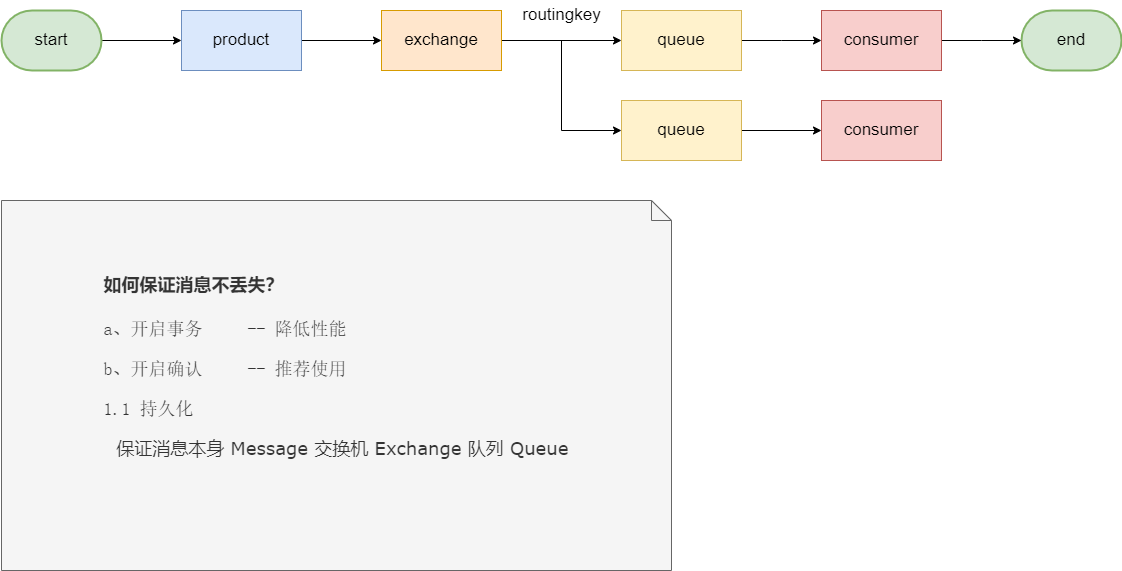
The draw.io diagram RabbitMQ.drawio.png in code-messenger/img, before a commit. Source tidied: cells renumbered, new cells last; positions are measured from the earlier drawing's top-left corner, leaving out a move shared by most shapes. Its diagram source:
```xml
<mxGraphModel background="#ffffff">
  <root>
    <mxCell id="0" />
    <mxCell id="1" parent="0" />
    <mxCell id="2" style="edgeStyle=orthogonalEdgeStyle;rounded=0;jettySize=auto;html=1;entryX=0;entryY=0.5;entryDx=0;entryDy=0;fontSize=17;exitX=1;exitY=0.5;exitDx=0;exitDy=0;exitPerimeter=0;" parent="1" edge="1" source="10" target="7">
      <mxGeometry relative="1" as="geometry" />
    </mxCell>
    <mxCell id="3" style="edgeStyle=orthogonalEdgeStyle;rounded=0;jettySize=auto;html=1;fontSize=17;" parent="1" edge="1" source="5" target="9">
      <mxGeometry relative="1" as="geometry" />
    </mxCell>
    <mxCell id="4" style="edgeStyle=orthogonalEdgeStyle;rounded=0;jettySize=auto;html=1;entryX=0;entryY=0.5;entryDx=0;entryDy=0;fontSize=17;" parent="1" edge="1" source="5" target="13">
      <mxGeometry relative="1" as="geometry" />
    </mxCell>
    <mxCell id="5" value="exchange" style="rounded=0;whiteSpace=wrap;html=1;fontSize=17;fillColor=#ffe6cc;strokeColor=#d79b00;" parent="1" vertex="1">
      <mxGeometry x="380" y="10" width="120" height="60" as="geometry" />
    </mxCell>
    <mxCell id="6" style="edgeStyle=orthogonalEdgeStyle;rounded=0;jettySize=auto;html=1;fontSize=17;" parent="1" edge="1" source="7" target="5">
      <mxGeometry relative="1" as="geometry" />
    </mxCell>
    <mxCell id="7" value="product" style="rounded=0;whiteSpace=wrap;html=1;fontSize=17;fillColor=#dae8fc;strokeColor=#6c8ebf;" parent="1" vertex="1">
      <mxGeometry x="180" y="10" width="120" height="60" as="geometry" />
    </mxCell>
    <mxCell id="8" style="edgeStyle=elbowEdgeStyle;rounded=0;jettySize=auto;html=1;fontSize=17;" parent="1" edge="1" source="9" target="15">
      <mxGeometry relative="1" as="geometry" />
    </mxCell>
    <mxCell id="9" value="queue" style="rounded=0;whiteSpace=wrap;html=1;fontSize=17;fillColor=#fff2cc;strokeColor=#d6b656;" parent="1" vertex="1">
      <mxGeometry x="620" y="10" width="120" height="60" as="geometry" />
    </mxCell>
    <mxCell id="10" value="start" style="strokeWidth=2;html=1;shape=mxgraph.flowchart.terminator;whiteSpace=wrap;fontSize=17;fillColor=#d5e8d4;strokeColor=#82b366;" parent="1" vertex="1">
      <mxGeometry y="10" width="100" height="60" as="geometry" />
    </mxCell>
    <mxCell id="11" value="end" style="strokeWidth=2;html=1;shape=mxgraph.flowchart.terminator;whiteSpace=wrap;fontSize=17;fillColor=#d5e8d4;strokeColor=#82b366;" parent="1" vertex="1">
      <mxGeometry x="1020" y="10" width="100" height="60" as="geometry" />
    </mxCell>
    <mxCell id="12" style="edgeStyle=orthogonalEdgeStyle;rounded=0;jettySize=auto;html=1;fontSize=17;" parent="1" edge="1" source="13" target="16">
      <mxGeometry relative="1" as="geometry" />
    </mxCell>
    <mxCell id="13" value="queue" style="rounded=0;whiteSpace=wrap;html=1;fontSize=17;fillColor=#fff2cc;strokeColor=#d6b656;" parent="1" vertex="1">
      <mxGeometry x="620" y="100" width="120" height="60" as="geometry" />
    </mxCell>
    <mxCell id="14" style="edgeStyle=elbowEdgeStyle;rounded=0;jettySize=auto;html=1;fontSize=17;" parent="1" edge="1" source="15" target="11">
      <mxGeometry relative="1" as="geometry" />
    </mxCell>
    <mxCell id="15" value="consumer" style="rounded=0;whiteSpace=wrap;html=1;fontSize=17;fillColor=#f8cecc;strokeColor=#b85450;" parent="1" vertex="1">
      <mxGeometry x="820" y="10" width="120" height="60" as="geometry" />
    </mxCell>
    <mxCell id="16" value="consumer" style="whiteSpace=wrap;html=1;fontSize=17;rounded=0;fillColor=#f8cecc;strokeColor=#b85450;" parent="1" vertex="1">
      <mxGeometry x="820" y="100" width="120" height="60" as="geometry" />
    </mxCell>
    <mxCell id="17" value="routingkey" style="text;html=1;align=center;verticalAlign=middle;fillColor=none;strokeColor=none;rounded=0;fontSize=17;" parent="1" vertex="1">
      <mxGeometry x="510" width="100" height="30" as="geometry" />
    </mxCell>
    <mxCell id="18" value="&lt;h4 style=&quot;text-align: left;&quot;&gt;&lt;span style=&quot;background-color: initial;&quot;&gt;如何保证消息不丢失？&lt;/span&gt;&lt;/h4&gt;&lt;pre style=&quot;text-align: left;&quot;&gt;&lt;span style=&quot;background-color: initial;&quot;&gt;a、开启事务&lt;span style=&quot;white-space: pre;&quot;&gt;&#9;&lt;/span&gt;-- 降低性能&lt;/span&gt;&lt;/pre&gt;&lt;pre style=&quot;text-align: left;&quot;&gt;b、开启确认&lt;span style=&quot;white-space: pre;&quot;&gt;&#9;&lt;/span&gt;-- 推荐使用&lt;/pre&gt;&lt;pre style=&quot;text-align: left;&quot;&gt;1.1 持久化&lt;/pre&gt;&lt;p style=&quot;text-align: left;&quot;&gt;&amp;nbsp; 保证消息本身 Message 交换机 Exchange 队列 Queue&lt;/p&gt;&lt;div style=&quot;text-align: left;&quot;&gt;&lt;br&gt;&lt;/div&gt;&lt;div style=&quot;&quot;&gt;&lt;br&gt;&lt;/div&gt;" style="shape=note;size=20;whiteSpace=wrap;html=1;fontFamily=Verdana;fontSize=18;strokeWidth=1;fillColor=#f5f5f5;align=center;labelPosition=center;verticalLabelPosition=middle;verticalAlign=middle;strokeColor=#666666;fontColor=#333333;" parent="1" vertex="1">
      <mxGeometry y="200" width="670" height="370" as="geometry" />
    </mxCell>
  </root>
</mxGraphModel>
```
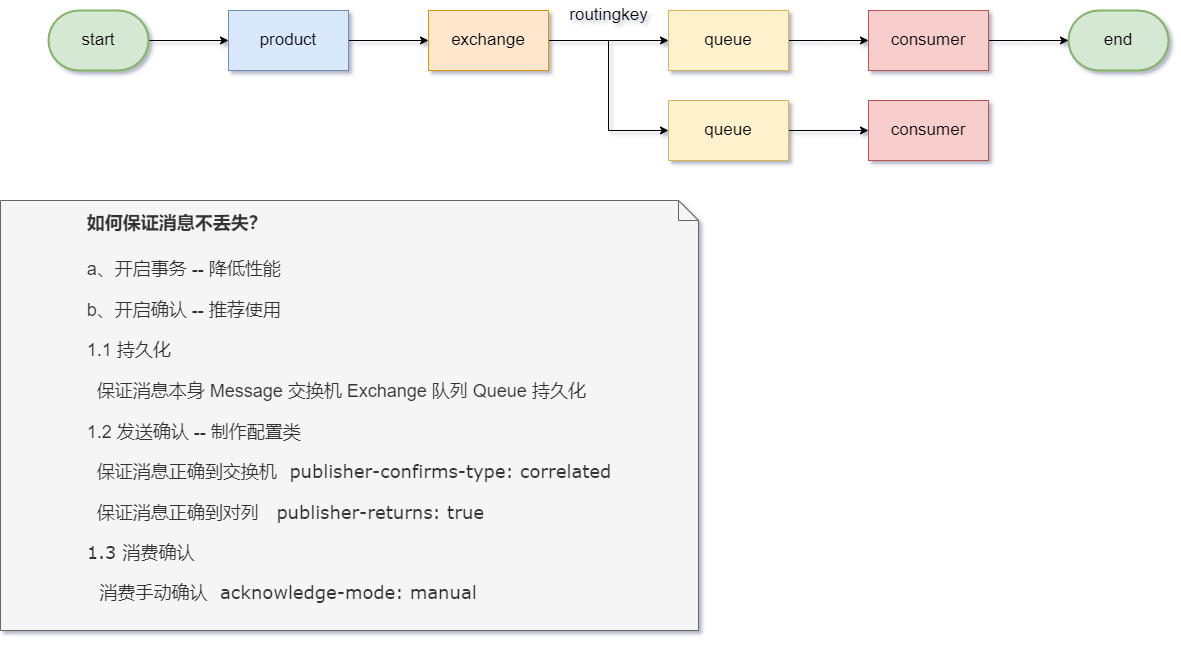
After the change.

What changed in the source:
```diff
@@ -1,4 +1,4 @@
-<mxGraphModel background="#ffffff">
+<mxGraphModel background="#ffffff" shadow="1">
   <root>
     <mxCell id="0" />
     <mxCell id="1" parent="0" />
@@ -50,8 +50,8 @@
     <mxCell id="17" value="routingkey" style="text;html=1;align=center;verticalAlign=middle;fillColor=none;strokeColor=none;rounded=0;fontSize=17;" parent="1" vertex="1">
       <mxGeometry x="510" width="100" height="30" as="geometry" />
     </mxCell>
-    <mxCell id="18" value="&lt;h4 style=&quot;text-align: left;&quot;&gt;&lt;span style=&quot;background-color: initial;&quot;&gt;如何保证消息不丢失？&lt;/span&gt;&lt;/h4&gt;&lt;pre style=&quot;text-align: left;&quot;&gt;&lt;span style=&quot;background-color: initial;&quot;&gt;a、开启事务&lt;span style=&quot;white-space: pre;&quot;&gt;&#9;&lt;/span&gt;-- 降低性能&lt;/span&gt;&lt;/pre&gt;&lt;pre style=&quot;text-align: left;&quot;&gt;b、开启确认&lt;span style=&quot;white-space: pre;&quot;&gt;&#9;&lt;/span&gt;-- 推荐使用&lt;/pre&gt;&lt;pre style=&quot;text-align: left;&quot;&gt;1.1 持久化&lt;/pre&gt;&lt;p style=&quot;text-align: left;&quot;&gt;&amp;nbsp; 保证消息本身 Message 交换机 Exchange 队列 Queue&lt;/p&gt;&lt;div style=&quot;text-align: left;&quot;&gt;&lt;br&gt;&lt;/div&gt;&lt;div style=&quot;&quot;&gt;&lt;br&gt;&lt;/div&gt;" style="shape=note;size=20;whiteSpace=wrap;html=1;fontFamily=Verdana;fontSize=18;strokeWidth=1;fillColor=#f5f5f5;align=center;labelPosition=center;verticalLabelPosition=middle;verticalAlign=middle;strokeColor=#666666;fontColor=#333333;" parent="1" vertex="1">
-      <mxGeometry y="200" width="670" height="370" as="geometry" />
+    <mxCell id="18" value="&lt;h4 style=&quot;text-align: left;&quot;&gt;&lt;span style=&quot;background-color: initial;&quot;&gt;&lt;font face=&quot;Helvetica&quot;&gt;如何保证消息不丢失？&lt;/font&gt;&lt;/span&gt;&lt;/h4&gt;&lt;p style=&quot;text-align: left;&quot;&gt;&lt;span style=&quot;background-color: initial;&quot;&gt;&lt;font style=&quot;font-size: 18px;&quot; face=&quot;Helvetica&quot;&gt;a、开启事务&#9;-- 降低性能&lt;/font&gt;&lt;/span&gt;&lt;/p&gt;&lt;p style=&quot;text-align: left;&quot;&gt;&lt;font style=&quot;font-size: 18px;&quot; face=&quot;Helvetica&quot;&gt;b、开启确认&lt;span style=&quot;&quot;&gt;&#9;&lt;/span&gt;-- 推荐使用&lt;/font&gt;&lt;/p&gt;&lt;p style=&quot;text-align: left;&quot;&gt;&lt;font style=&quot;font-size: 18px;&quot; face=&quot;Helvetica&quot;&gt;1.1 持久化&lt;/font&gt;&lt;/p&gt;&lt;p style=&quot;text-align: left;&quot;&gt;&lt;font style=&quot;font-size: 18px;&quot; face=&quot;Helvetica&quot;&gt;&amp;nbsp; 保证消息本身 Message 交换机 Exchange 队列 Queue 持久化&lt;/font&gt;&lt;/p&gt;&lt;p style=&quot;text-align: left;&quot;&gt;&lt;font style=&quot;font-size: 18px;&quot; face=&quot;Helvetica&quot;&gt;1.2 发送确认&lt;span style=&quot;&quot;&gt;&#9;&lt;/span&gt;-- 制作配置类&lt;/font&gt;&lt;/p&gt;&lt;p style=&quot;text-align: left;&quot;&gt;&lt;font style=&quot;background-color: initial;&quot;&gt;&lt;font face=&quot;Helvetica&quot;&gt;&amp;nbsp;&amp;nbsp;&lt;/font&gt;保证消息正确到交换机&amp;nbsp;&amp;nbsp;&lt;/font&gt;&lt;span style=&quot;background-color: initial; text-align: center;&quot;&gt;publisher-confirms-type:&amp;nbsp;&lt;/span&gt;&lt;span style=&quot;background-color: initial; text-align: center;&quot;&gt;correlated&lt;/span&gt;&lt;/p&gt;&lt;p style=&quot;text-align: left;&quot;&gt;&lt;font style=&quot;background-color: initial;&quot; face=&quot;Helvetica&quot;&gt;&amp;nbsp; 保证消息正确到对列&amp;nbsp;&lt;/font&gt;&lt;font style=&quot;background-color: initial;&quot;&gt;&amp;nbsp;&#9;&lt;span style=&quot;&quot;&gt;&#9;&lt;/span&gt;publisher-returns: true&lt;/font&gt;&lt;/p&gt;&lt;p style=&quot;text-align: left;&quot;&gt;&lt;font style=&quot;background-color: initial;&quot;&gt;1.3 消费确认&lt;/font&gt;&lt;/p&gt;&lt;p style=&quot;text-align: left;&quot;&gt;&lt;font style=&quot;background-color: initial;&quot;&gt;&amp;nbsp; 消费手动确认&amp;nbsp;&amp;nbsp;&lt;/font&gt;&lt;span style=&quot;background-color: initial;&quot;&gt;acknowledge-mode: manual&lt;/span&gt;&lt;/p&gt;&lt;div style=&quot;&quot;&gt;&lt;br&gt;&lt;/div&gt;" style="shape=note;size=20;whiteSpace=wrap;html=1;fontFamily=Verdana;fontSize=18;strokeWidth=1;fillColor=#f5f5f5;align=center;labelPosition=center;verticalLabelPosition=middle;verticalAlign=middle;strokeColor=#666666;fontColor=#333333;" parent="1" vertex="1">
+      <mxGeometry x="-48" y="200" width="698" height="430" as="geometry" />
     </mxCell>
   </root>
 </mxGraphModel>
```
